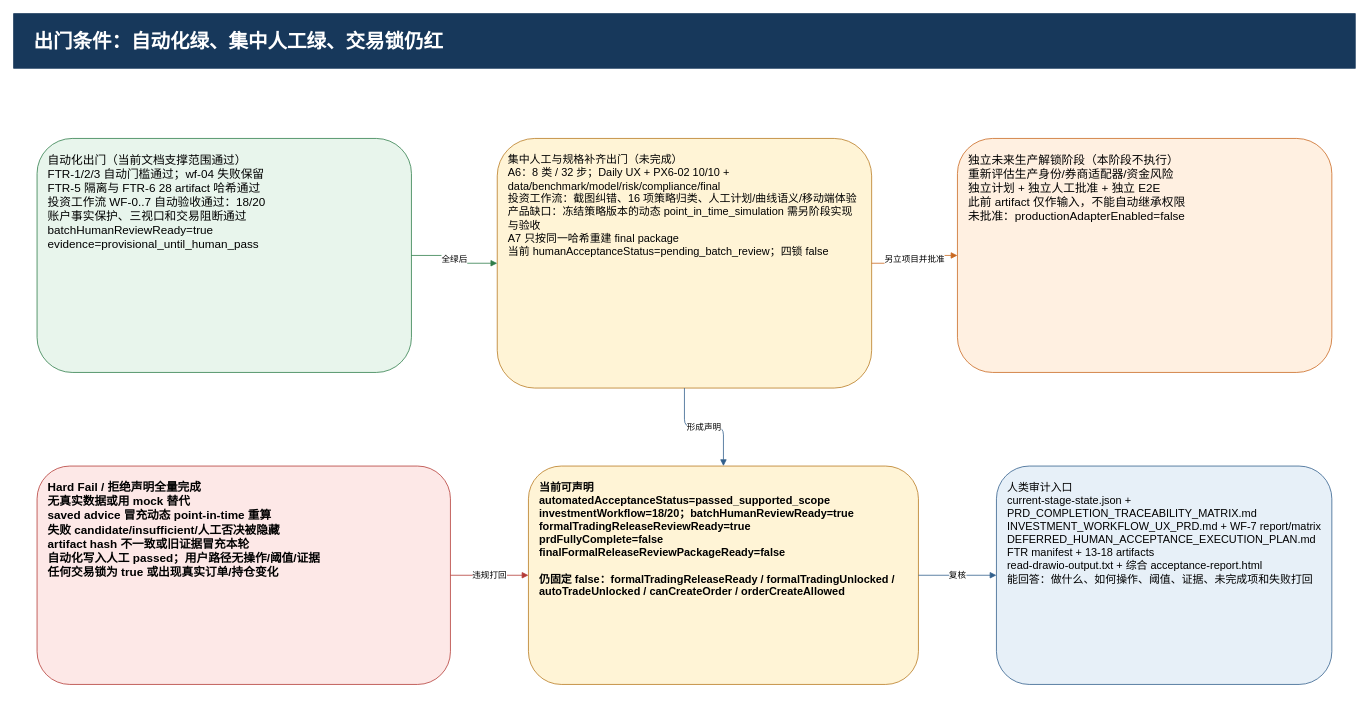
ljx418/FAMS keeps this draw.io diagram as page "8 出门门槛与独立解锁阶段" (8 of 8) of docs/target-architecture-gap.drawio. Above is the earlier version. Source tidied: cells renumbered, new cells numbered last; positions are measured from the earlier drawing's top-left corner, leaving out a move shared by most shapes. Both pictures are drawn from the tidied source at 78%, with x=0, y=0 at pixel (13, 13).
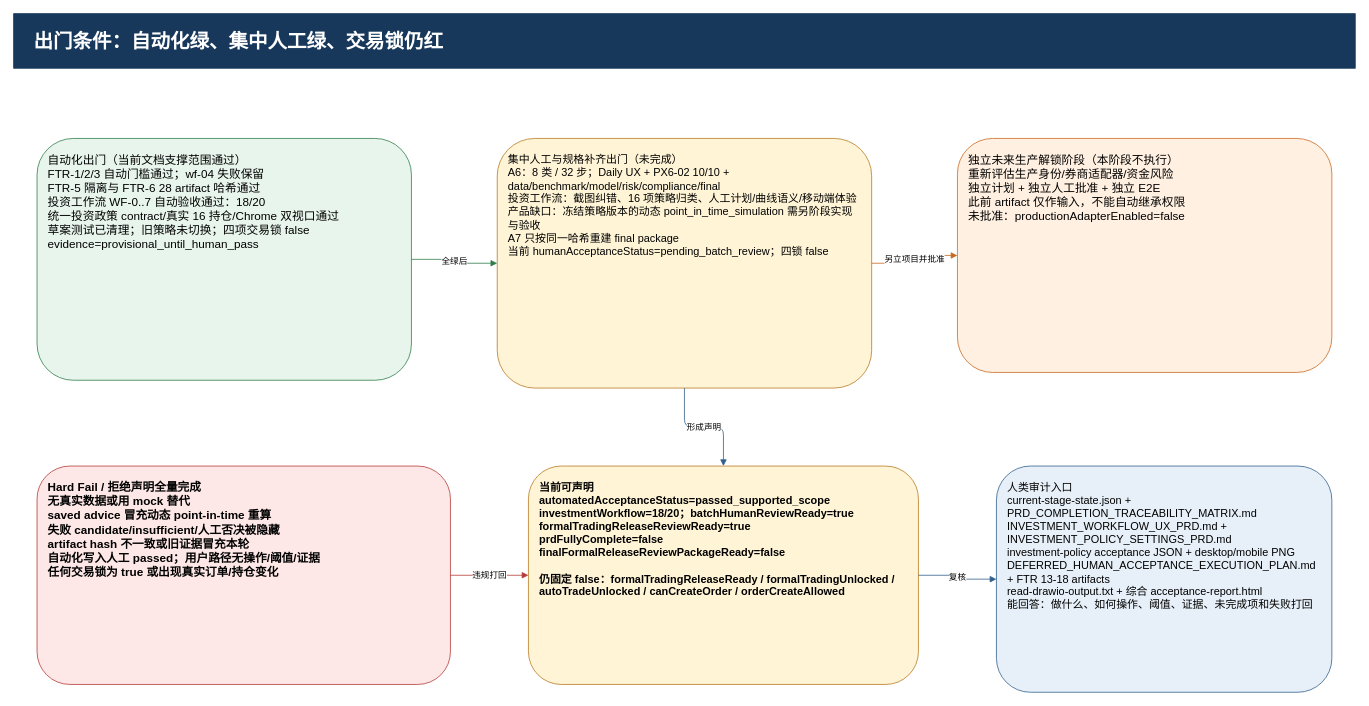
The same diagram, later.

The edit, as a diff of the source:
```diff
@@
 <mxGraphModel>
   <root>
     <mxCell id="0" />
     <mxCell id="1" parent="0" />
     <mxCell id="2" value="出门条件：自动化绿、集中人工绿、交易锁仍红" style="rounded=0;whiteSpace=wrap;html=1;fontFamily=Microsoft YaHei;fontSize=25;fontStyle=1;align=left;fillColor=#17385b;strokeColor=#17385b;fontColor=#ffffff;spacingLeft=24;" parent="1" vertex="1">
       <mxGeometry width="1720" height="70" as="geometry" />
     </mxCell>
-    <mxCell id="3" value="自动化出门（当前文档支撑范围通过）&#10;FTR-1/2/3 自动门槛通过；wf-04 失败保留&#10;FTR-5 隔离与 FTR-6 28 artifact 哈希通过&#10;投资工作流 WF-0..7 自动验收通过：18/20&#10;账户事实保护、三视口和交易阻断通过&#10;batchHumanReviewReady=true&#10;evidence=provisional_until_human_pass" style="rounded=1;whiteSpace=wrap;html=1;fontFamily=Microsoft YaHei;fontSize=15;align=left;verticalAlign=top;fillColor=#e8f5ec;strokeColor=#2f7d4a;spacing=14;" parent="1" vertex="1">
-      <mxGeometry x="30" y="160" width="480" height="300" as="geometry" />
+    <mxCell id="3" value="自动化出门（当前文档支撑范围通过）&#10;FTR-1/2/3 自动门槛通过；wf-04 失败保留&#10;FTR-5 隔离与 FTR-6 28 artifact 哈希通过&#10;投资工作流 WF-0..7 自动验收通过：18/20&#10;统一投资政策 contract/真实 16 持仓/Chrome 双视口通过&#10;草案测试已清理；旧策略未切换；四项交易锁 false&#10;evidence=provisional_until_human_pass" style="rounded=1;whiteSpace=wrap;html=1;fontFamily=Microsoft YaHei;fontSize=15;align=left;verticalAlign=top;fillColor=#e8f5ec;strokeColor=#2f7d4a;spacing=14;" parent="1" vertex="1">
+      <mxGeometry x="30" y="160" width="480" height="310" as="geometry" />
     </mxCell>
     <mxCell id="4" value="集中人工与规格补齐出门（未完成）&#10;A6：8 类 / 32 步；Daily UX + PX6-02 10/10 + data/benchmark/model/risk/compliance/final&#10;投资工作流：截图纠错、16 项策略归类、人工计划/曲线语义/移动端体验&#10;产品缺口：冻结策略版本的动态 point_in_time_simulation 需另阶段实现与验收&#10;A7 只按同一哈希重建 final package&#10;当前 humanAcceptanceStatus=pending_batch_review；四锁 false" style="rounded=1;whiteSpace=wrap;html=1;fontFamily=Microsoft YaHei;fontSize=14;align=left;verticalAlign=top;fillColor=#fff4d6;strokeColor=#b7791f;spacing=14;" parent="1" vertex="1">
       <mxGeometry x="620" y="160" width="480" height="320" as="geometry" />
     </mxCell>
     <mxCell id="5" value="独立未来生产解锁阶段（本阶段不执行）&#10;重新评估生产身份/券商适配器/资金风险&#10;独立计划 + 独立人工批准 + 独立 E2E&#10;此前 artifact 仅作输入，不能自动继承权限&#10;未批准：productionAdapterEnabled=false" style="rounded=1;whiteSpace=wrap;html=1;fontFamily=Microsoft YaHei;fontSize=15;align=left;verticalAlign=top;fillColor=#fff0e1;strokeColor=#c96820;spacing=14;" parent="1" vertex="1">
       <mxGeometry x="1210" y="160" width="480" height="300" as="geometry" />
     </mxCell>
     <mxCell id="6" value="Hard Fail / 拒绝声明全量完成&#10;无真实数据或用 mock 替代&#10;saved advice 冒充动态 point-in-time 重算&#10;失败 candidate/insufficient/人工否决被隐藏&#10;artifact hash 不一致或旧证据冒充本轮&#10;自动化写入人工 passed；用户路径无操作/阈值/证据&#10;任何交易锁为 true 或出现真实订单/持仓变化" style="rounded=1;whiteSpace=wrap;html=1;fontFamily=Microsoft YaHei;fontSize=15;fontStyle=1;align=left;verticalAlign=top;fillColor=#fde8e7;strokeColor=#b43a36;spacing=14;" parent="1" vertex="1">
       <mxGeometry x="30" y="580" width="530" height="280" as="geometry" />
     </mxCell>
     <mxCell id="7" value="当前可声明&#10;automatedAcceptanceStatus=passed_supported_scope&#10;investmentWorkflow=18/20；batchHumanReviewReady=true&#10;formalTradingReleaseReviewReady=true&#10;prdFullyComplete=false&#10;finalFormalReleaseReviewPackageReady=false&#10;&#10;仍固定 false：formalTradingReleaseReady / formalTradingUnlocked / autoTradeUnlocked / canCreateOrder / orderCreateAllowed" style="rounded=1;whiteSpace=wrap;html=1;fontFamily=Microsoft YaHei;fontSize=14;fontStyle=1;align=left;verticalAlign=top;fillColor=#fff4d6;strokeColor=#b7791f;spacing=14;" parent="1" vertex="1">
       <mxGeometry x="660" y="580" width="500" height="280" as="geometry" />
     </mxCell>
-    <mxCell id="8" value="人类审计入口&#10;current-stage-state.json + PRD_COMPLETION_TRACEABILITY_MATRIX.md&#10;INVESTMENT_WORKFLOW_UX_PRD.md + WF-7 report/matrix&#10;DEFERRED_HUMAN_ACCEPTANCE_EXECUTION_PLAN.md&#10;FTR manifest + 13-18 artifacts&#10;read-drawio-output.txt + 综合 acceptance-report.html&#10;能回答：做什么、如何操作、阈值、证据、未完成项和失败打回" style="rounded=1;whiteSpace=wrap;html=1;fontFamily=Microsoft YaHei;fontSize=14;align=left;verticalAlign=top;fillColor=#e7f0f8;strokeColor=#315f8c;spacing=14;" parent="1" vertex="1">
-      <mxGeometry x="1260" y="580" width="430" height="280" as="geometry" />
+    <mxCell id="8" value="人类审计入口&#10;current-stage-state.json + PRD_COMPLETION_TRACEABILITY_MATRIX.md&#10;INVESTMENT_WORKFLOW_UX_PRD.md + INVESTMENT_POLICY_SETTINGS_PRD.md&#10;investment-policy acceptance JSON + desktop/mobile PNG&#10;DEFERRED_HUMAN_ACCEPTANCE_EXECUTION_PLAN.md + FTR 13-18 artifacts&#10;read-drawio-output.txt + 综合 acceptance-report.html&#10;能回答：做什么、如何操作、阈值、证据、未完成项和失败打回" style="rounded=1;whiteSpace=wrap;html=1;fontFamily=Microsoft YaHei;fontSize=14;align=left;verticalAlign=top;fillColor=#e7f0f8;strokeColor=#315f8c;spacing=14;" parent="1" vertex="1">
+      <mxGeometry x="1260" y="580" width="430" height="290" as="geometry" />
     </mxCell>
     <mxCell id="9" value="全绿后" style="edgeStyle=orthogonalEdgeStyle;html=1;endArrow=block;strokeColor=#2f7d4a;" parent="1" edge="1" source="3" target="4">
       <mxGeometry relative="1" as="geometry" />
     </mxCell>
     <mxCell id="10" value="另立项目并批准" style="edgeStyle=orthogonalEdgeStyle;html=1;endArrow=block;strokeColor=#c96820;" parent="1" edge="1" source="4" target="5">
       <mxGeometry relative="1" as="geometry" />
     </mxCell>
     <mxCell id="11" value="形成声明" style="edgeStyle=orthogonalEdgeStyle;html=1;endArrow=block;strokeColor=#315f8c;" parent="1" edge="1" source="4" target="7">
       <mxGeometry relative="1" as="geometry" />
     </mxCell>
     <mxCell id="12" value="违规打回" style="edgeStyle=orthogonalEdgeStyle;html=1;endArrow=block;strokeColor=#b43a36;" parent="1" edge="1" source="6" target="7">
       <mxGeometry relative="1" as="geometry" />
     </mxCell>
     <mxCell id="13" value="复核" style="edgeStyle=orthogonalEdgeStyle;html=1;endArrow=block;strokeColor=#315f8c;" parent="1" edge="1" source="7" target="8">
       <mxGeometry relative="1" as="geometry" />
     </mxCell>
   </root>
 </mxGraphModel>
```
